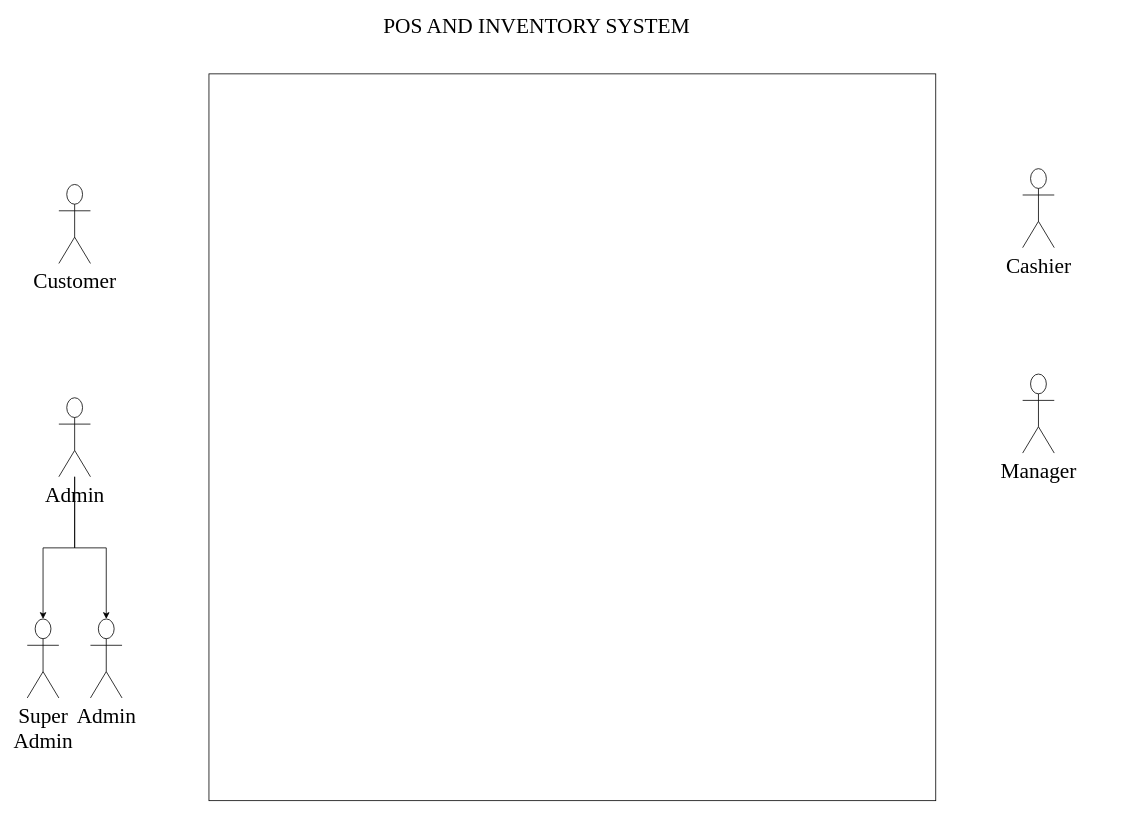
Before: Untitled Diagram.drawio in pasindu-dil/pos-and-inventory-system, a draw.io diagram. Source tidied: cells renumbered, new cells numbered last; positions are measured from the earlier drawing's top-left corner, leaving out a move shared by most shapes. Both pictures are drawn from the tidied source at 79%, with x=0, y=0 at pixel (27, 18).
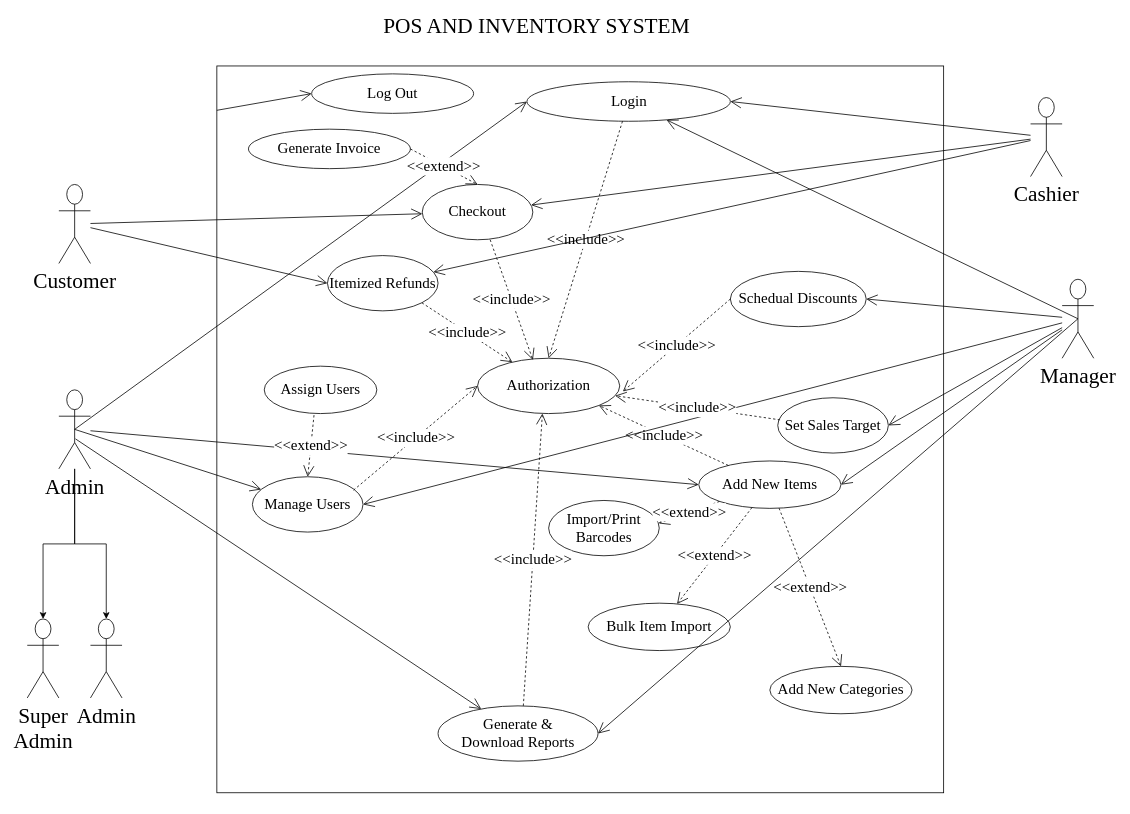
Above is the later version.

Commit message:
Update Use case diagram

Unchanged cells that the change refers to:
```xml
<mxCell id="4" value="&lt;span style=&quot;white-space: pre;&quot;&gt;Customer&lt;br&gt;&lt;/span&gt;" style="shape=umlActor;verticalLabelPosition=bottom;verticalAlign=top;html=1;fontFamily=Times New Roman;fontSize=27;" parent="1" vertex="1">
  <mxGeometry x="40" y="210" width="40" height="100" as="geometry" />
</mxCell>
```

What changed in the source:
```diff
@@
     <mxCell id="3" style="whiteSpace=wrap;html=1;fontFamily=Times New Roman;fontSize=27;" parent="1" vertex="1">
-      <mxGeometry x="230" y="70" width="920" height="920" as="geometry" />
+      <mxGeometry x="240" y="60" width="920" height="920" as="geometry" />
     </mxCell>
@@
     <mxCell id="7" value="Admin" style="shape=umlActor;verticalLabelPosition=bottom;verticalAlign=top;html=1;fontFamily=Times New Roman;fontSize=27;" parent="1" vertex="1">
-      <mxGeometry x="40" y="480" width="40" height="100" as="geometry" />
+      <mxGeometry x="40" y="470" width="40" height="100" as="geometry" />
     </mxCell>
     <mxCell id="8" value="Manager" style="shape=umlActor;verticalLabelPosition=bottom;verticalAlign=top;html=1;fontFamily=Times New Roman;fontSize=27;" parent="1" vertex="1">
-      <mxGeometry x="1260" y="450" width="40" height="100" as="geometry" />
+      <mxGeometry x="1310" y="330" width="40" height="100" as="geometry" />
     </mxCell>
     <mxCell id="9" value="Cashier" style="shape=umlActor;verticalLabelPosition=bottom;verticalAlign=top;html=1;fontFamily=Times New Roman;fontSize=27;" parent="1" vertex="1">
-      <mxGeometry x="1260" y="190" width="40" height="100" as="geometry" />
+      <mxGeometry x="1270" y="100" width="40" height="100" as="geometry" />
     </mxCell>
@@
+    <mxCell id="12" value="Login" style="ellipse;whiteSpace=wrap;html=1;fontFamily=Times New Roman;fontSize=19;" parent="1" vertex="1">
+      <mxGeometry x="632.5" y="80" width="257.5" height="50" as="geometry" />
+    </mxCell>
+    <mxCell id="13" value="Log Out" style="ellipse;whiteSpace=wrap;html=1;fontFamily=Times New Roman;fontSize=19;" parent="1" vertex="1">
+      <mxGeometry x="360" y="70" width="205" height="50" as="geometry" />
+    </mxCell>
+    <mxCell id="14" value="&amp;lt;&amp;lt;include&amp;gt;&amp;gt;" style="endArrow=open;endSize=12;dashed=1;html=1;rounded=0;fontFamily=Times New Roman;fontSize=19;entryX=0.5;entryY=0;entryDx=0;entryDy=0;" parent="1" edge="1" source="12" target="16">
+      <mxGeometry relative="1" as="geometry" />
+    </mxCell>
+    <mxCell id="15" value="Schedual Discounts" style="ellipse;whiteSpace=wrap;html=1;fontFamily=Times New Roman;fontSize=19;" parent="1" vertex="1">
+      <mxGeometry x="890" y="320" width="172" height="70" as="geometry" />
+    </mxCell>
+    <mxCell id="16" value="&lt;div&gt;Authorization&lt;br&gt;&lt;/div&gt;" style="ellipse;whiteSpace=wrap;html=1;fontFamily=Times New Roman;fontSize=19;" parent="1" vertex="1">
+      <mxGeometry x="570" y="430" width="180" height="70" as="geometry" />
+    </mxCell>
+    <mxCell id="17" value="&amp;lt;&amp;lt;include&amp;gt;&amp;gt;" style="endArrow=open;endSize=12;dashed=1;html=1;rounded=0;fontFamily=Times New Roman;fontSize=19;entryX=1.022;entryY=0.6;entryDx=0;entryDy=0;exitX=0;exitY=0.5;exitDx=0;exitDy=0;entryPerimeter=0;" parent="1" edge="1" source="15" target="16">
+      <mxGeometry relative="1" as="geometry" />
+    </mxCell>
+    <mxCell id="18" style="endArrow=open;endFill=1;endSize=12;html=1;rounded=0;fontFamily=Times New Roman;fontSize=19;entryX=1;entryY=0.5;entryDx=0;entryDy=0;" parent="1" edge="1" source="9" target="12">
+      <mxGeometry relative="1" as="geometry" />
+    </mxCell>
+    <mxCell id="19" style="endArrow=open;endFill=1;endSize=12;html=1;rounded=0;fontFamily=Times New Roman;fontSize=19;entryX=0;entryY=0.5;entryDx=0;entryDy=0;exitX=0.5;exitY=0.5;exitDx=0;exitDy=0;exitPerimeter=0;" parent="1" edge="1" source="7" target="12">
+      <mxGeometry relative="1" as="geometry" />
+    </mxCell>
+    <mxCell id="20" style="endArrow=open;endFill=1;endSize=12;html=1;rounded=0;fontFamily=Times New Roman;fontSize=19;entryX=1;entryY=0.5;entryDx=0;entryDy=0;" parent="1" edge="1" source="8" target="15">
+      <mxGeometry relative="1" as="geometry" />
+    </mxCell>
+    <mxCell id="21" style="endArrow=open;endFill=1;endSize=12;html=1;rounded=0;fontFamily=Times New Roman;fontSize=19;exitX=0.5;exitY=0.5;exitDx=0;exitDy=0;exitPerimeter=0;" parent="1" edge="1" source="8" target="12">
+      <mxGeometry relative="1" as="geometry" />
+    </mxCell>
+    <mxCell id="22" value="Add New Items" style="ellipse;whiteSpace=wrap;html=1;fontFamily=Times New Roman;fontSize=19;" parent="1" vertex="1">
+      <mxGeometry x="850" y="560" width="180" height="60" as="geometry" />
+    </mxCell>
+    <mxCell id="23" value="Bulk Item Import" style="ellipse;whiteSpace=wrap;html=1;fontFamily=Times New Roman;fontSize=19;" parent="1" vertex="1">
+      <mxGeometry x="710" y="740" width="180" height="60" as="geometry" />
+    </mxCell>
+    <mxCell id="24" value="&amp;lt;&amp;lt;extend&amp;gt;&amp;gt;" style="endArrow=open;endSize=12;dashed=1;html=1;rounded=0;fontFamily=Times New Roman;fontSize=19;" parent="1" edge="1" source="22" target="23">
+      <mxGeometry relative="1" as="geometry" />
+    </mxCell>
+    <mxCell id="25" style="endArrow=open;endFill=1;endSize=12;html=1;rounded=0;fontFamily=Times New Roman;fontSize=19;entryX=1;entryY=0.5;entryDx=0;entryDy=0;" parent="1" edge="1" source="8" target="22">
+      <mxGeometry relative="1" as="geometry" />
+    </mxCell>
+    <mxCell id="26" value="&amp;lt;&amp;lt;include&amp;gt;&amp;gt;" style="endArrow=open;endSize=12;dashed=1;html=1;rounded=0;fontFamily=Times New Roman;fontSize=19;entryX=1;entryY=1;entryDx=0;entryDy=0;" parent="1" edge="1" source="22" target="16">
+      <mxGeometry relative="1" as="geometry" />
+    </mxCell>
+    <mxCell id="27" style="endArrow=open;endFill=1;endSize=12;html=1;rounded=0;fontFamily=Times New Roman;fontSize=19;entryX=0;entryY=0.5;entryDx=0;entryDy=0;" parent="1" edge="1" source="7" target="22">
+      <mxGeometry relative="1" as="geometry" />
+    </mxCell>
+    <mxCell id="28" value="Itemized Refunds" style="ellipse;whiteSpace=wrap;html=1;fontFamily=Times New Roman;fontSize=19;" parent="1" vertex="1">
+      <mxGeometry x="380" y="300" width="140" height="70" as="geometry" />
+    </mxCell>
+    <mxCell id="29" style="endArrow=open;endFill=1;endSize=12;html=1;rounded=0;fontFamily=Times New Roman;fontSize=19;" parent="1" edge="1" source="9" target="28">
+      <mxGeometry relative="1" as="geometry" />
+    </mxCell>
+    <mxCell id="30" style="endArrow=open;endFill=1;endSize=12;html=1;rounded=0;fontFamily=Times New Roman;fontSize=19;entryX=0;entryY=0.5;entryDx=0;entryDy=0;" parent="1" edge="1" source="4" target="28">
+      <mxGeometry relative="1" as="geometry" />
+    </mxCell>
+    <mxCell id="31" value="&amp;lt;&amp;lt;include&amp;gt;&amp;gt;" style="endArrow=open;endSize=12;dashed=1;html=1;rounded=0;fontFamily=Times New Roman;fontSize=19;exitX=1;exitY=1;exitDx=0;exitDy=0;" parent="1" edge="1" source="28" target="16">
+      <mxGeometry relative="1" as="geometry" />
+    </mxCell>
+    <mxCell id="32" value="Add New Categories" style="ellipse;whiteSpace=wrap;html=1;fontFamily=Times New Roman;fontSize=19;" parent="1" vertex="1">
+      <mxGeometry x="940" y="820" width="180" height="60" as="geometry" />
+    </mxCell>
+    <mxCell id="33" value="&amp;lt;&amp;lt;extend&amp;gt;&amp;gt;" style="endArrow=open;endSize=12;dashed=1;html=1;rounded=0;fontFamily=Times New Roman;fontSize=19;entryX=0.5;entryY=0;entryDx=0;entryDy=0;" parent="1" edge="1" source="22" target="32">
+      <mxGeometry relative="1" as="geometry" />
+    </mxCell>
+    <mxCell id="34" value="Manage Users" style="ellipse;whiteSpace=wrap;html=1;fontFamily=Times New Roman;fontSize=19;" parent="1" vertex="1">
+      <mxGeometry x="285" y="580" width="140" height="70" as="geometry" />
+    </mxCell>
+    <mxCell id="35" style="endArrow=open;endFill=1;endSize=12;html=1;rounded=0;fontFamily=Times New Roman;fontSize=19;exitX=0.5;exitY=0.5;exitDx=0;exitDy=0;exitPerimeter=0;" parent="1" edge="1" source="7" target="34">
+      <mxGeometry relative="1" as="geometry" />
+    </mxCell>
+    <mxCell id="36" style="endArrow=open;endFill=1;endSize=12;html=1;rounded=0;fontFamily=Times New Roman;fontSize=19;entryX=1;entryY=0.5;entryDx=0;entryDy=0;" parent="1" edge="1" source="8" target="34">
+      <mxGeometry relative="1" as="geometry" />
+    </mxCell>
+    <mxCell id="37" value="&amp;lt;&amp;lt;include&amp;gt;&amp;gt;" style="endArrow=open;endSize=12;dashed=1;html=1;rounded=0;fontFamily=Times New Roman;fontSize=19;exitX=0.914;exitY=0.243;exitDx=0;exitDy=0;entryX=0;entryY=0.5;entryDx=0;entryDy=0;exitPerimeter=0;" parent="1" edge="1" source="34" target="16">
+      <mxGeometry relative="1" as="geometry" />
+    </mxCell>
+    <mxCell id="38" value="&lt;div&gt;Assign Users&lt;/div&gt;" style="ellipse;whiteSpace=wrap;html=1;fontFamily=Times New Roman;fontSize=19;" parent="1" vertex="1">
+      <mxGeometry x="300" y="440" width="142.5" height="60" as="geometry" />
+    </mxCell>
+    <mxCell id="39" value="&amp;lt;&amp;lt;extend&amp;gt;&amp;gt;" style="endArrow=open;endSize=12;dashed=1;html=1;rounded=0;fontFamily=Times New Roman;fontSize=19;exitX=0.442;exitY=1.033;exitDx=0;exitDy=0;exitPerimeter=0;entryX=0.5;entryY=0;entryDx=0;entryDy=0;" parent="1" edge="1" source="38" target="34">
+      <mxGeometry relative="1" as="geometry" />
+    </mxCell>
+    <mxCell id="40" value="Set Sales Target" style="ellipse;whiteSpace=wrap;html=1;fontFamily=Times New Roman;fontSize=19;" parent="1" vertex="1">
+      <mxGeometry x="950" y="480" width="140" height="70" as="geometry" />
+    </mxCell>
+    <mxCell id="41" style="endArrow=open;endFill=1;endSize=12;html=1;rounded=0;fontFamily=Times New Roman;fontSize=19;entryX=1;entryY=0.5;entryDx=0;entryDy=0;" parent="1" edge="1" source="8" target="40">
+      <mxGeometry relative="1" as="geometry" />
+    </mxCell>
+    <mxCell id="42" value="&amp;lt;&amp;lt;include&amp;gt;&amp;gt;" style="endArrow=open;endSize=12;dashed=1;html=1;rounded=0;fontFamily=Times New Roman;fontSize=19;exitX=0.021;exitY=0.4;exitDx=0;exitDy=0;exitPerimeter=0;" parent="1" edge="1" source="40" target="16">
+      <mxGeometry relative="1" as="geometry" />
+    </mxCell>
+    <mxCell id="43" value="Import/Print Barcodes" style="ellipse;whiteSpace=wrap;html=1;fontFamily=Times New Roman;fontSize=19;" parent="1" vertex="1">
+      <mxGeometry x="660" y="610" width="140" height="70" as="geometry" />
+    </mxCell>
+    <mxCell id="44" value="&amp;lt;&amp;lt;extend&amp;gt;&amp;gt;" style="endArrow=open;endSize=12;dashed=1;html=1;rounded=0;fontFamily=Times New Roman;fontSize=19;exitX=0;exitY=1;exitDx=0;exitDy=0;entryX=0.993;entryY=0.414;entryDx=0;entryDy=0;entryPerimeter=0;" parent="1" edge="1" source="22" target="43">
+      <mxGeometry relative="1" as="geometry" />
+    </mxCell>
+    <mxCell id="45" value="&lt;div&gt;Generate &amp;amp;&lt;/div&gt;&lt;div&gt;Download Reports&lt;/div&gt;" style="ellipse;whiteSpace=wrap;html=1;fontFamily=Times New Roman;fontSize=19;" parent="1" vertex="1">
+      <mxGeometry x="520" y="870" width="202.5" height="70" as="geometry" />
+    </mxCell>
+    <mxCell id="46" style="endArrow=open;endFill=1;endSize=12;html=1;rounded=0;fontFamily=Times New Roman;fontSize=19;exitX=0.525;exitY=0.62;exitDx=0;exitDy=0;exitPerimeter=0;" parent="1" edge="1" source="7" target="45">
+      <mxGeometry relative="1" as="geometry" />
+    </mxCell>
+    <mxCell id="47" style="endArrow=open;endFill=1;endSize=12;html=1;rounded=0;fontFamily=Times New Roman;fontSize=19;entryX=1;entryY=0.5;entryDx=0;entryDy=0;exitX=0.5;exitY=0.5;exitDx=0;exitDy=0;exitPerimeter=0;" parent="1" edge="1" source="8" target="45">
+      <mxGeometry relative="1" as="geometry" />
+    </mxCell>
+    <mxCell id="48" value="&amp;lt;&amp;lt;include&amp;gt;&amp;gt;" style="endArrow=open;endSize=12;dashed=1;html=1;rounded=0;fontFamily=Times New Roman;fontSize=19;exitX=0.533;exitY=0;exitDx=0;exitDy=0;entryX=0.456;entryY=1;entryDx=0;entryDy=0;entryPerimeter=0;exitPerimeter=0;" parent="1" edge="1" source="45" target="16">
+      <mxGeometry relative="1" as="geometry" />
+    </mxCell>
+    <mxCell id="49" value="Checkout" style="ellipse;whiteSpace=wrap;html=1;fontFamily=Times New Roman;fontSize=19;" parent="1" vertex="1">
+      <mxGeometry x="500" y="210" width="140" height="70" as="geometry" />
+    </mxCell>
+    <mxCell id="50" value="&amp;lt;&amp;lt;include&amp;gt;&amp;gt;" style="endArrow=open;endSize=12;dashed=1;html=1;rounded=0;fontFamily=Times New Roman;fontSize=19;entryX=0.389;entryY=0.029;entryDx=0;entryDy=0;exitX=0.614;exitY=1;exitDx=0;exitDy=0;exitPerimeter=0;entryPerimeter=0;" parent="1" edge="1" source="49" target="16">
+      <mxGeometry relative="1" as="geometry" />
+    </mxCell>
+    <mxCell id="51" style="endArrow=open;endFill=1;endSize=12;html=1;rounded=0;fontFamily=Times New Roman;fontSize=19;" parent="1" edge="1" source="4" target="49">
+      <mxGeometry relative="1" as="geometry" />
+    </mxCell>
+    <mxCell id="52" style="endArrow=open;endFill=1;endSize=12;html=1;rounded=0;fontFamily=Times New Roman;fontSize=19;" parent="1" edge="1" source="9" target="49">
+      <mxGeometry relative="1" as="geometry" />
+    </mxCell>
+    <mxCell id="53" value="Generate Invoice" style="ellipse;whiteSpace=wrap;html=1;fontFamily=Times New Roman;fontSize=19;" parent="1" vertex="1">
+      <mxGeometry x="280" y="140" width="205" height="50" as="geometry" />
+    </mxCell>
+    <mxCell id="54" value="&amp;lt;&amp;lt;extend&amp;gt;&amp;gt;" style="endArrow=open;endSize=12;dashed=1;html=1;rounded=0;fontFamily=Times New Roman;fontSize=19;exitX=1;exitY=0.5;exitDx=0;exitDy=0;entryX=0.5;entryY=0;entryDx=0;entryDy=0;" parent="1" edge="1" source="53" target="49">
+      <mxGeometry relative="1" as="geometry" />
+    </mxCell>
+    <mxCell id="55" style="endArrow=open;endFill=1;endSize=12;html=1;rounded=0;fontFamily=Times New Roman;fontSize=19;entryX=0;entryY=0.5;entryDx=0;entryDy=0;exitX=0;exitY=0.061;exitDx=0;exitDy=0;exitPerimeter=0;" parent="1" edge="1" source="3" target="13">
+      <mxGeometry relative="1" as="geometry" />
+    </mxCell>
```
